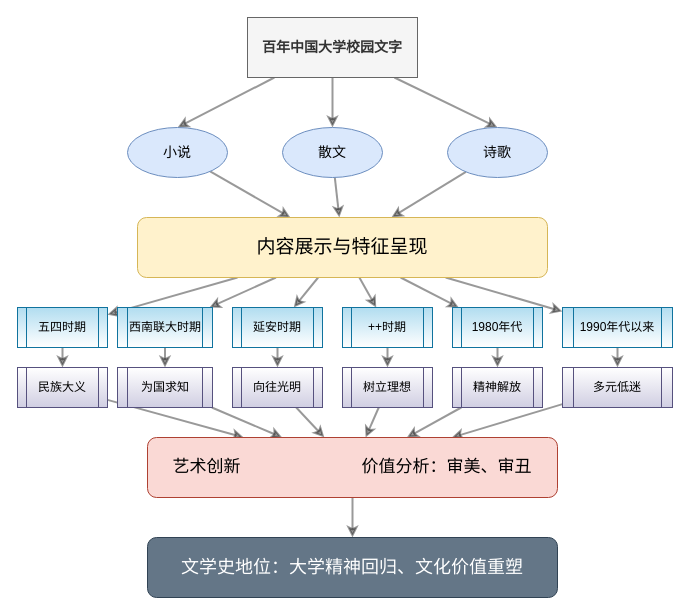
alariver/alariver.github.io keeps this draw.io diagram as Untitled Diagram.drawio. Above is the earlier version. Source tidied: cells renumbered, new cells numbered last; positions are measured from the earlier drawing's top-left corner, leaving out a move shared by most shapes. Both pictures are drawn from the tidied source at 100%, with x=0, y=0 at pixel (17, 17).
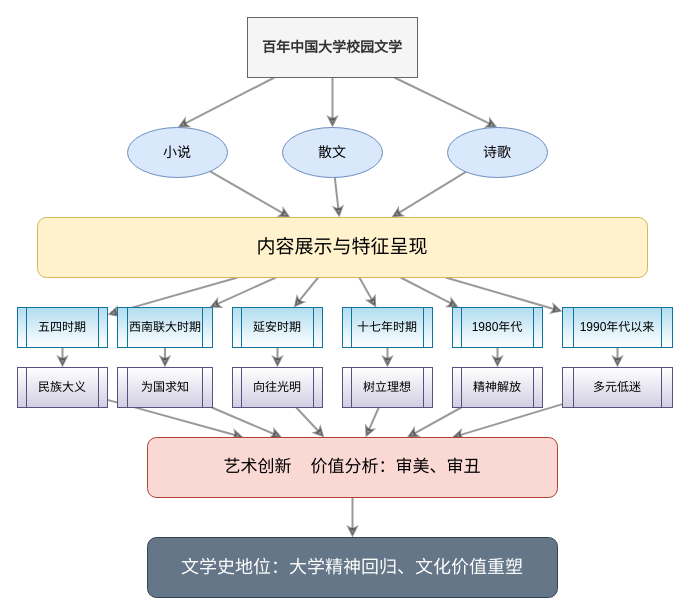
After the change.

What changed in the source:
```diff
@@
-    <mxCell id="5" value="百年中国大学校园文字" style="rounded=0;whiteSpace=wrap;html=1;fillColor=#f5f5f5;fontColor=#333333;strokeColor=#666666;fontSize=14;fontStyle=1;" parent="1" vertex="1">
+    <mxCell id="5" value="百年中国大学校园文学" style="rounded=0;whiteSpace=wrap;html=1;fillColor=#f5f5f5;fontColor=#333333;strokeColor=#666666;fontSize=14;fontStyle=1;" parent="1" vertex="1">
       <mxGeometry x="230" width="170" height="60" as="geometry" />
     </mxCell>
@@
     <mxCell id="18" value="内容展示与特征呈现" style="rounded=1;whiteSpace=wrap;html=1;fillColor=#fff2cc;strokeColor=#d6b656;fontSize=19;" parent="1" vertex="1">
-      <mxGeometry x="120" y="200" width="410" height="60" as="geometry" />
+      <mxGeometry x="20" y="200" width="610" height="60" as="geometry" />
     </mxCell>
@@
-    <mxCell id="26" value="++时期" style="shape=process;whiteSpace=wrap;html=1;backgroundOutline=1;fillColor=#b1ddf0;strokeColor=#10739e;gradientColor=#ffffff;" parent="1" vertex="1">
+    <mxCell id="26" value="十七年时期" style="shape=process;whiteSpace=wrap;html=1;backgroundOutline=1;fillColor=#b1ddf0;strokeColor=#10739e;gradientColor=#ffffff;" parent="1" vertex="1">
       <mxGeometry x="325" y="290" width="90" height="40" as="geometry" />
     </mxCell>
@@
-    <mxCell id="44" value="艺术创新&lt;span style=&quot;white-space: pre; font-size: 17px;&quot;&gt;&#9;&lt;/span&gt;&lt;span style=&quot;white-space: pre; font-size: 17px;&quot;&gt;&#9;&lt;/span&gt;&lt;span style=&quot;white-space: pre; font-size: 17px;&quot;&gt;&#9;&lt;/span&gt;&lt;span style=&quot;white-space: pre; font-size: 17px;&quot;&gt;&#9;&lt;/span&gt;价值分析：审美、审丑" style="rounded=1;whiteSpace=wrap;html=1;fillColor=#fad9d5;strokeColor=#ae4132;fontSize=17;" parent="1" vertex="1">
+    <mxCell id="44" value="艺术创新&lt;span style=&quot;white-space: pre; font-size: 17px;&quot;&gt; &lt;/span&gt;&lt;span style=&quot;white-space: pre; font-size: 17px;&quot;&gt; &lt;/span&gt;&lt;span style=&quot;white-space: pre; font-size: 17px;&quot;&gt; &lt;/span&gt;&lt;span style=&quot;white-space: pre; font-size: 17px;&quot;&gt; &lt;/span&gt;价值分析：审美、审丑" style="rounded=1;whiteSpace=wrap;html=1;fillColor=#fad9d5;strokeColor=#ae4132;fontSize=17;" parent="1" vertex="1">
       <mxGeometry x="130" y="420" width="410" height="60" as="geometry" />
     </mxCell>
```
